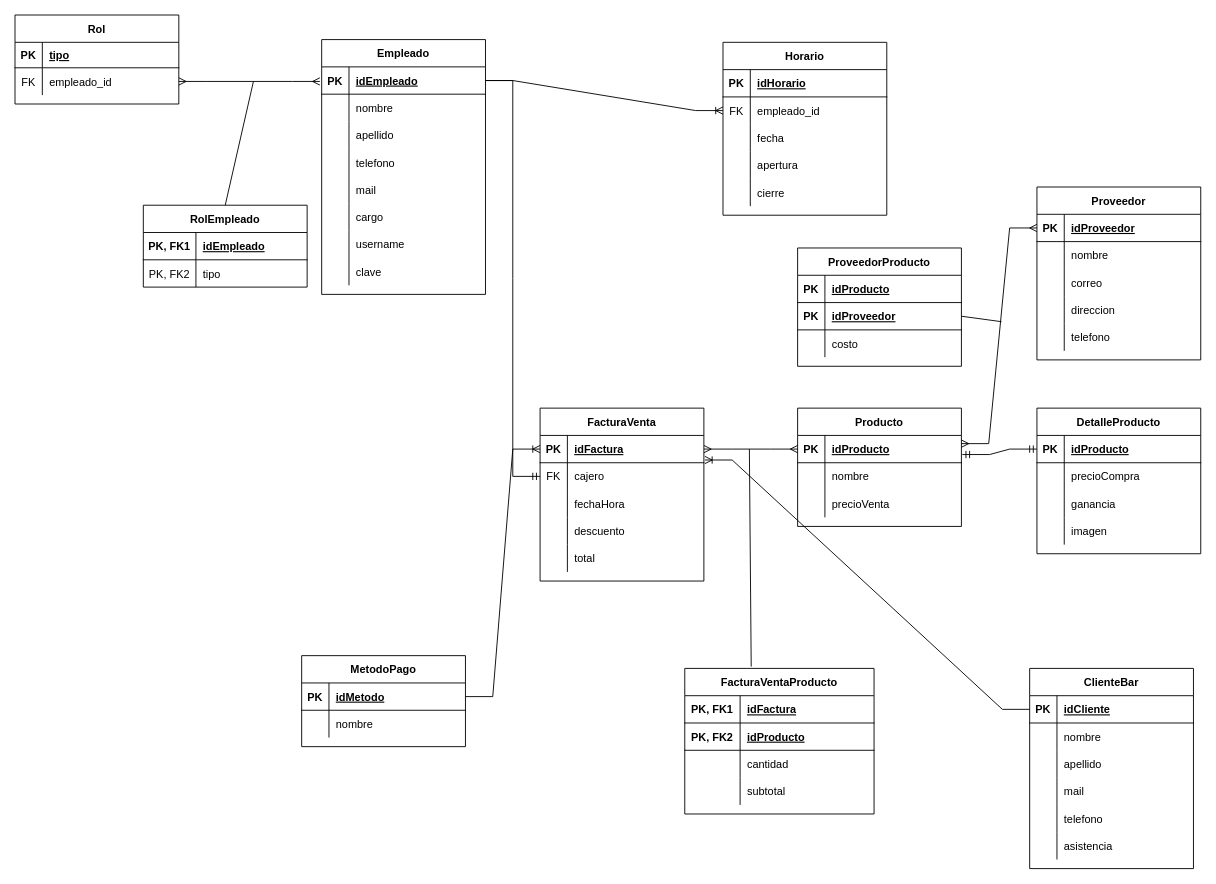
Above: page "Página-1" (1 of 2) of Diagrama sin título.drawio in Camilapinz18/Evidencias_SENA (draw.io), before the change. Source tidied: cells renumbered, new cells numbered last; positions are measured from the earlier drawing's top-left corner, leaving out a move shared by most shapes. Both pictures are drawn from the tidied source at 91%, with x=0, y=0 at pixel (15, 15).
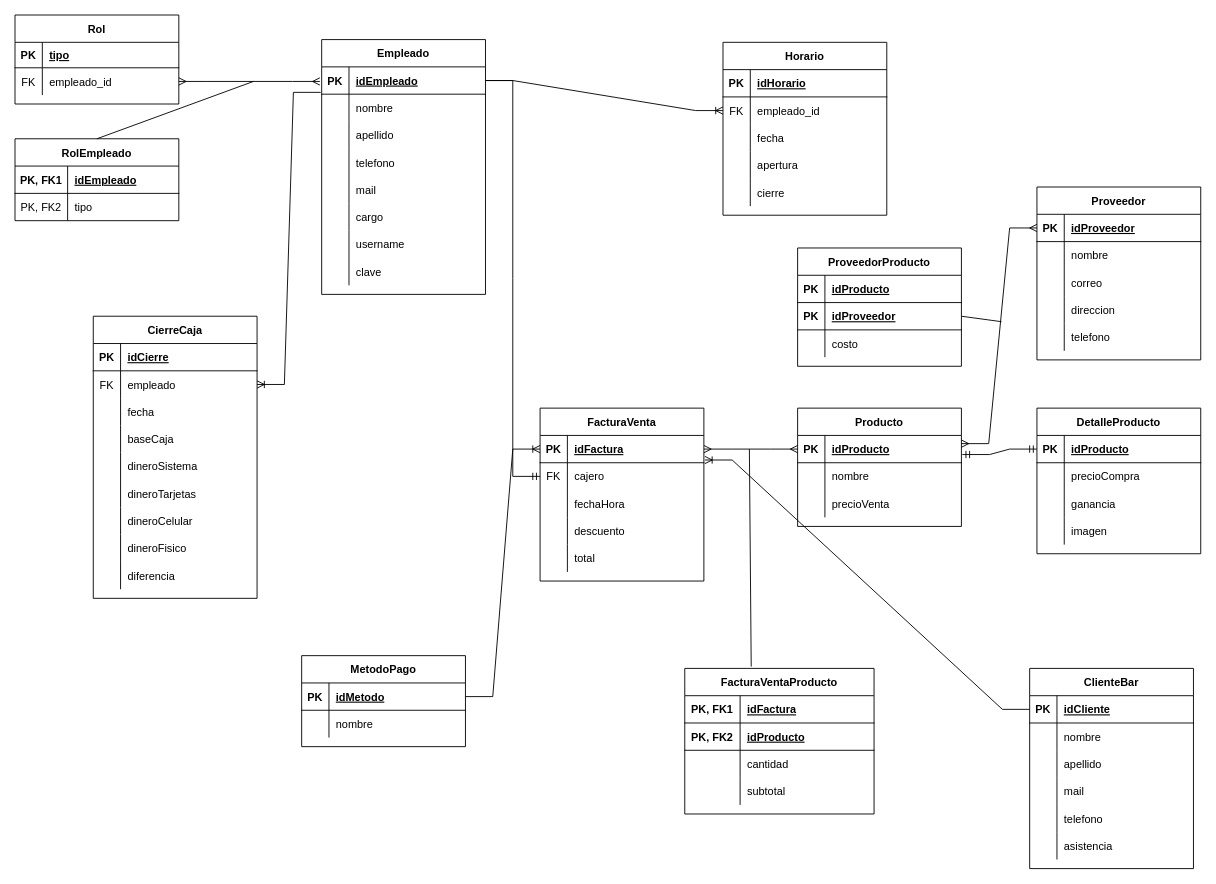
Above is the later version.

Unchanged cells that the change refers to:
```xml
<mxCell id="3" style="shape=tableRow;horizontal=0;startSize=0;swimlaneHead=0;swimlaneBody=0;fillColor=none;points=[[0,0.5],[1,0.5]];portConstraint=eastwest;top=0;left=0;right=0;bottom=1;" parent="2" vertex="1">
  <mxGeometry y="30" width="180" height="30" as="geometry" />
</mxCell>
```

The edit, as a diff of the source:
```diff
@@
     <mxCell id="91" value="RolEmpleado" style="shape=table;startSize=30;childLayout=tableLayout;rowLines=0;fontStyle=1;align=center;" parent="1" vertex="1">
-      <mxGeometry x="141" y="209" width="180" height="90" as="geometry" />
+      <mxGeometry y="136" width="180" height="90" as="geometry" />
     </mxCell>
@@
+    <mxCell id="172" value="CierreCaja" style="shape=table;startSize=30;childLayout=tableLayout;rowLines=0;fontStyle=1;align=center;" parent="1" vertex="1">
+      <mxGeometry x="86" y="331" width="180" height="310" as="geometry" />
+    </mxCell>
+    <mxCell id="173" style="shape=tableRow;horizontal=0;startSize=0;swimlaneHead=0;swimlaneBody=0;fillColor=none;top=0;left=0;right=0;bottom=1;" parent="172" vertex="1">
+      <mxGeometry y="30" width="180" height="30" as="geometry" />
+    </mxCell>
+    <mxCell id="174" value="PK" style="shape=partialRectangle;fillColor=none;top=0;left=0;bottom=0;right=0;fontStyle=1;overflow=hidden;" parent="173" vertex="1">
+      <mxGeometry width="30" height="30" as="geometry" />
+    </mxCell>
+    <mxCell id="175" value="idCierre" style="shape=partialRectangle;fillColor=none;top=0;left=0;bottom=0;right=0;align=left;spacingLeft=6;fontStyle=5;overflow=hidden;" parent="173" vertex="1">
+      <mxGeometry x="30" width="150" height="30" as="geometry" />
+    </mxCell>
+    <mxCell id="176" style="shape=tableRow;horizontal=0;startSize=0;swimlaneHead=0;swimlaneBody=0;fillColor=none;points=[[0,0.5],[1,0.5]];portConstraint=eastwest;top=0;left=0;right=0;bottom=0;" parent="172" vertex="1">
+      <mxGeometry y="60" width="180" height="30" as="geometry" />
+    </mxCell>
+    <mxCell id="177" value="FK" style="shape=partialRectangle;fillColor=none;top=0;left=0;bottom=0;right=0;overflow=hidden;" parent="176" vertex="1">
+      <mxGeometry width="30" height="30" as="geometry" />
+    </mxCell>
+    <mxCell id="178" value="empleado" style="shape=partialRectangle;fillColor=none;top=0;left=0;bottom=0;right=0;align=left;spacingLeft=6;overflow=hidden;" parent="176" vertex="1">
+      <mxGeometry x="30" width="150" height="30" as="geometry" />
+    </mxCell>
+    <mxCell id="179" style="shape=tableRow;horizontal=0;startSize=0;swimlaneHead=0;swimlaneBody=0;fillColor=none;top=0;left=0;right=0;bottom=0;" parent="172" vertex="1">
+      <mxGeometry y="90" width="180" height="30" as="geometry" />
+    </mxCell>
+    <mxCell id="180" style="shape=partialRectangle;fillColor=none;top=0;left=0;bottom=0;right=0;overflow=hidden;" parent="179" vertex="1">
+      <mxGeometry width="30" height="30" as="geometry" />
+    </mxCell>
+    <mxCell id="181" value="fecha" style="shape=partialRectangle;fillColor=none;top=0;left=0;bottom=0;right=0;align=left;spacingLeft=6;overflow=hidden;" parent="179" vertex="1">
+      <mxGeometry x="30" width="150" height="30" as="geometry" />
+    </mxCell>
+    <mxCell id="182" style="shape=tableRow;horizontal=0;startSize=0;swimlaneHead=0;swimlaneBody=0;fillColor=none;top=0;left=0;right=0;bottom=0;" parent="172" vertex="1">
+      <mxGeometry y="120" width="180" height="30" as="geometry" />
+    </mxCell>
+    <mxCell id="183" style="shape=partialRectangle;fillColor=none;top=0;left=0;bottom=0;right=0;overflow=hidden;" parent="182" vertex="1">
+      <mxGeometry width="30" height="30" as="geometry" />
+    </mxCell>
+    <mxCell id="184" value="baseCaja" style="shape=partialRectangle;fillColor=none;top=0;left=0;bottom=0;right=0;align=left;spacingLeft=6;overflow=hidden;" parent="182" vertex="1">
+      <mxGeometry x="30" width="150" height="30" as="geometry" />
+    </mxCell>
+    <mxCell id="185" style="shape=tableRow;horizontal=0;startSize=0;swimlaneHead=0;swimlaneBody=0;fillColor=none;top=0;left=0;right=0;bottom=0;" parent="172" vertex="1">
+      <mxGeometry y="150" width="180" height="30" as="geometry" />
+    </mxCell>
+    <mxCell id="186" style="shape=partialRectangle;fillColor=none;top=0;left=0;bottom=0;right=0;overflow=hidden;" parent="185" vertex="1">
+      <mxGeometry width="30" height="30" as="geometry" />
+    </mxCell>
+    <mxCell id="187" value="dineroSistema" style="shape=partialRectangle;fillColor=none;top=0;left=0;bottom=0;right=0;align=left;spacingLeft=6;overflow=hidden;" parent="185" vertex="1">
+      <mxGeometry x="30" width="150" height="30" as="geometry" />
+    </mxCell>
+    <mxCell id="188" style="shape=tableRow;horizontal=0;startSize=0;swimlaneHead=0;swimlaneBody=0;fillColor=none;top=0;left=0;right=0;bottom=0;" parent="172" vertex="1">
+      <mxGeometry y="180" width="180" height="30" as="geometry" />
+    </mxCell>
+    <mxCell id="189" style="shape=partialRectangle;fillColor=none;top=0;left=0;bottom=0;right=0;overflow=hidden;" parent="188" vertex="1">
+      <mxGeometry width="30" height="30" as="geometry" />
+    </mxCell>
+    <mxCell id="190" value="dineroTarjetas" style="shape=partialRectangle;fillColor=none;top=0;left=0;bottom=0;right=0;align=left;spacingLeft=6;overflow=hidden;" parent="188" vertex="1">
+      <mxGeometry x="30" width="150" height="30" as="geometry" />
+    </mxCell>
+    <mxCell id="191" style="shape=tableRow;horizontal=0;startSize=0;swimlaneHead=0;swimlaneBody=0;fillColor=none;top=0;left=0;right=0;bottom=0;" parent="172" vertex="1">
+      <mxGeometry y="210" width="180" height="30" as="geometry" />
+    </mxCell>
+    <mxCell id="192" style="shape=partialRectangle;fillColor=none;top=0;left=0;bottom=0;right=0;overflow=hidden;" parent="191" vertex="1">
+      <mxGeometry width="30" height="30" as="geometry" />
+    </mxCell>
+    <mxCell id="193" value="dineroCelular" style="shape=partialRectangle;fillColor=none;top=0;left=0;bottom=0;right=0;align=left;spacingLeft=6;overflow=hidden;" parent="191" vertex="1">
+      <mxGeometry x="30" width="150" height="30" as="geometry" />
+    </mxCell>
+    <mxCell id="194" style="shape=tableRow;horizontal=0;startSize=0;swimlaneHead=0;swimlaneBody=0;fillColor=none;top=0;left=0;right=0;bottom=0;" parent="172" vertex="1">
+      <mxGeometry y="240" width="180" height="30" as="geometry" />
+    </mxCell>
+    <mxCell id="195" style="shape=partialRectangle;fillColor=none;top=0;left=0;bottom=0;right=0;overflow=hidden;" parent="194" vertex="1">
+      <mxGeometry width="30" height="30" as="geometry" />
+    </mxCell>
+    <mxCell id="196" value="dineroFisico" style="shape=partialRectangle;fillColor=none;top=0;left=0;bottom=0;right=0;align=left;spacingLeft=6;overflow=hidden;" parent="194" vertex="1">
+      <mxGeometry x="30" width="150" height="30" as="geometry" />
+    </mxCell>
+    <mxCell id="197" style="shape=tableRow;horizontal=0;startSize=0;swimlaneHead=0;swimlaneBody=0;fillColor=none;top=0;left=0;right=0;bottom=0;" parent="172" vertex="1">
+      <mxGeometry y="270" width="180" height="30" as="geometry" />
+    </mxCell>
+    <mxCell id="198" style="shape=partialRectangle;fillColor=none;top=0;left=0;bottom=0;right=0;overflow=hidden;" parent="197" vertex="1">
+      <mxGeometry width="30" height="30" as="geometry" />
+    </mxCell>
+    <mxCell id="199" value="diferencia" style="shape=partialRectangle;fillColor=none;top=0;left=0;bottom=0;right=0;align=left;spacingLeft=6;overflow=hidden;" parent="197" vertex="1">
+      <mxGeometry x="30" width="150" height="30" as="geometry" />
+    </mxCell>
+    <mxCell id="200" style="edgeStyle=entityRelationEdgeStyle;fontSize=12;html=1;endArrow=ERoneToMany;rounded=0;exitX=-0.006;exitY=0.933;exitDx=0;exitDy=0;exitPerimeter=0;" parent="1" edge="1" source="3" target="176">
+      <mxGeometry relative="1" as="geometry" />
+    </mxCell>
```
